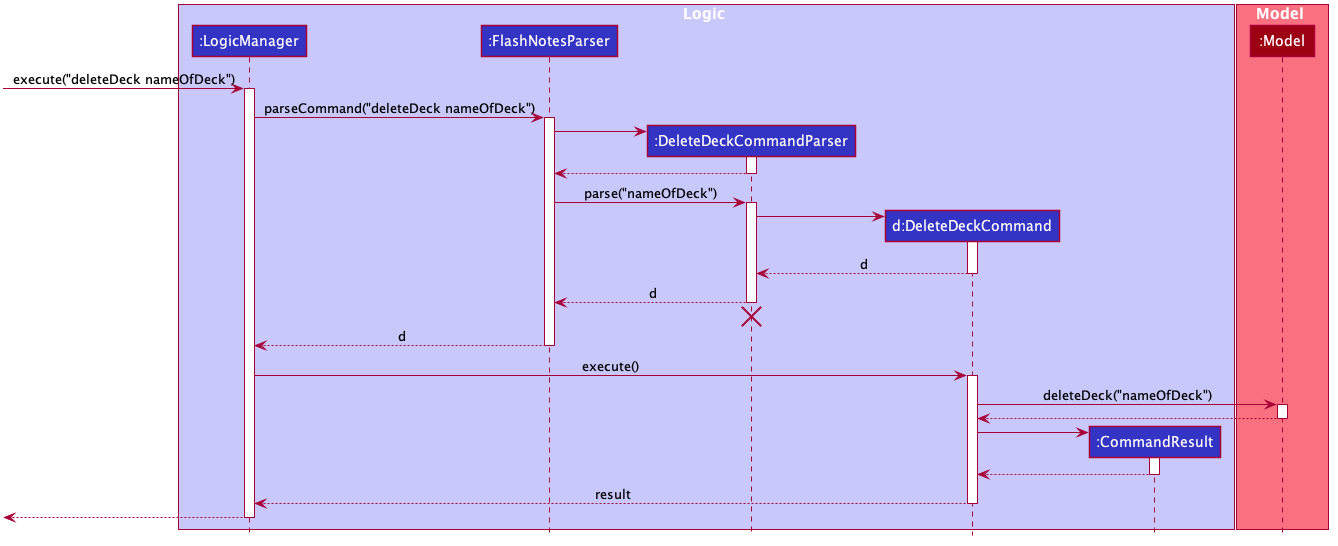
The PlantUML diagram docs/images/DeleteSequenceDiagram.png in rachel170/tp, before a commit.
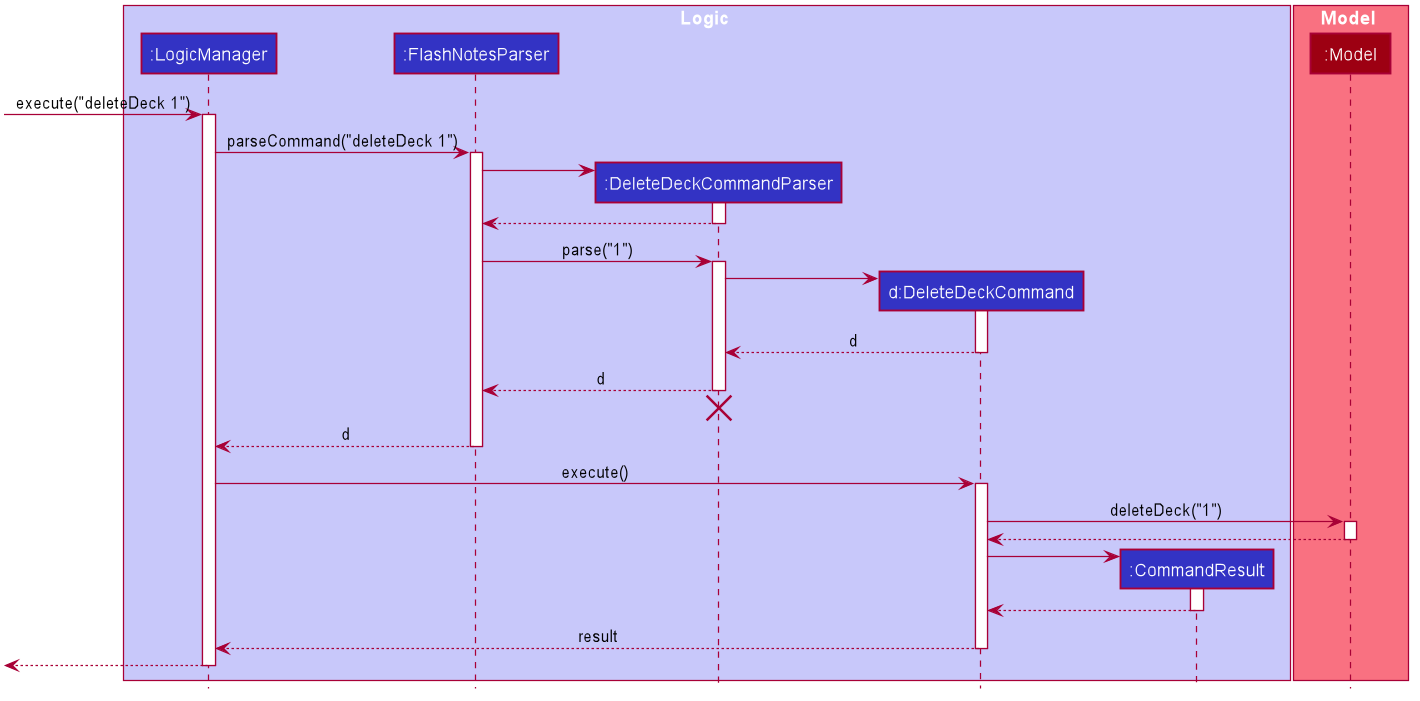
Later version of the same file.

Commit message:
Fix diagram typos

What changed in the source:
```diff
@@ -60,10 +60,10 @@
 participant ":Model" as Model #9D0012
 end box
 
-[-> LogicManager : execute("deleteDeck nameOfDeck")
+[-> LogicManager : execute("deleteDeck 1")
 activate LogicManager
 
-LogicManager -> FlashNotesParser : parseCommand("deleteDeck nameOfDeck")
+LogicManager -> FlashNotesParser : parseCommand("deleteDeck 1")
 activate FlashNotesParser
 
 create DeleteDeckCommandParser
@@ -73,7 +73,7 @@
 DeleteDeckCommandParser --> FlashNotesParser
 deactivate DeleteDeckCommandParser
 
-FlashNotesParser -> DeleteDeckCommandParser : parse("nameOfDeck")
+FlashNotesParser -> DeleteDeckCommandParser : parse("1")
 activate DeleteDeckCommandParser
 
 create DeleteDeckCommand
@@ -94,7 +94,7 @@
 LogicManager -> DeleteDeckCommand : execute()
 activate DeleteDeckCommand
 
-DeleteDeckCommand -> Model : deleteDeck("nameOfDeck")
+DeleteDeckCommand -> Model : deleteDeck("1")
 activate Model
 
 Model --> DeleteDeckCommand
```
